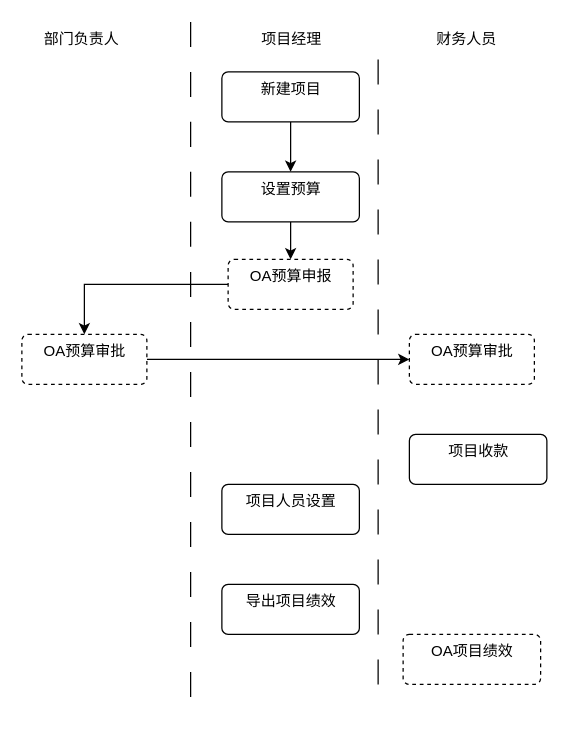
The draw.io diagram page "Page-1" (1 of 5) of shrine-doc/项目绩效总体流程.drawio in easefulfil/CLOUDCARE, before the edit. Source tidied: cells renumbered, new cells numbered last; positions are measured from the earlier drawing's top-left corner, leaving out a move shared by most shapes. Both pictures are drawn from the tidied source at 125%, with x=0, y=0 at pixel (21, 21).
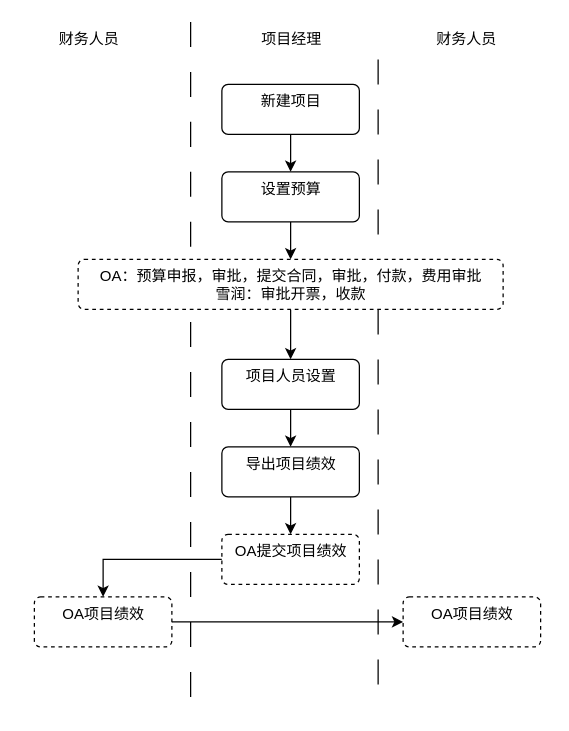
After the change.

The change refers to these unchanged cells:
```xml
<mxCell id="10" value="设置预算" style="html=1;align=center;verticalAlign=top;rounded=1;absoluteArcSize=1;arcSize=10;dashed=0;" parent="1" vertex="1">
  <mxGeometry x="160" y="120" width="110" height="40" as="geometry" />
</mxCell>
```

Change to the diagram source:
```diff
@@
-    <mxCell id="3" value="部门负责人" style="text;align=right;" parent="1" vertex="1">
+    <mxCell id="3" value="财务人员" style="text;align=right;" parent="1" vertex="1">
       <mxGeometry x="20" width="60" height="20" as="geometry" />
     </mxCell>
@@
     <mxCell id="8" value="新建项目" style="html=1;align=center;verticalAlign=top;rounded=1;absoluteArcSize=1;arcSize=10;dashed=0;" parent="1" vertex="1">
-      <mxGeometry x="160" y="40" width="110" height="40" as="geometry" />
+      <mxGeometry x="160" y="50" width="110" height="40" as="geometry" />
     </mxCell>
-    <mxCell id="9" style="edgeStyle=orthogonalEdgeStyle;rounded=0;jettySize=auto;html=1;" parent="1" edge="1" source="10" target="12">
-      <mxGeometry relative="1" as="geometry" />
+    <mxCell id="9" style="edgeStyle=orthogonalEdgeStyle;rounded=0;jettySize=auto;html=1;" parent="1" edge="1" source="10">
+      <mxGeometry relative="1" as="geometry">
+        <mxPoint x="215" y="190" as="targetPoint" />
+      </mxGeometry>
     </mxCell>
@@
-    <mxCell id="11" style="edgeStyle=orthogonalEdgeStyle;rounded=0;jettySize=auto;html=1;entryX=0.5;entryY=0;entryDx=0;entryDy=0;" parent="1" edge="1" source="12" target="15">
-      <mxGeometry relative="1" as="geometry" />
-    </mxCell>
-    <mxCell id="12" value="OA预算申报" style="html=1;align=center;verticalAlign=top;rounded=1;absoluteArcSize=1;arcSize=10;dashed=1;" parent="1" vertex="1">
-      <mxGeometry x="165" y="190" width="100" height="40" as="geometry" />
-    </mxCell>
-    <mxCell id="13" value="OA预算审批" style="html=1;align=center;verticalAlign=top;rounded=1;absoluteArcSize=1;arcSize=10;dashed=1;" parent="1" vertex="1">
-      <mxGeometry x="310" y="250" width="100" height="40" as="geometry" />
-    </mxCell>
-    <mxCell id="14" style="edgeStyle=orthogonalEdgeStyle;rounded=0;jettySize=auto;html=1;" parent="1" edge="1" source="15" target="13">
-      <mxGeometry relative="1" as="geometry" />
-    </mxCell>
-    <mxCell id="15" value="OA预算审批" style="html=1;align=center;verticalAlign=top;rounded=1;absoluteArcSize=1;arcSize=10;dashed=1;" parent="1" vertex="1">
-      <mxGeometry y="250" width="100" height="40" as="geometry" />
-    </mxCell>
-    <mxCell id="16" value="项目收款" style="html=1;align=center;verticalAlign=top;rounded=1;absoluteArcSize=1;arcSize=10;dashed=0;" parent="1" vertex="1">
-      <mxGeometry x="310" y="330" width="110" height="40" as="geometry" />
-    </mxCell>
+    <mxCell id="20" style="edgeStyle=orthogonalEdgeStyle;rounded=0;jettySize=auto;html=1;" parent="1" edge="1" source="17" target="18">
+      <mxGeometry relative="1" as="geometry" />
+    </mxCell>
     <mxCell id="17" value="项目人员设置" style="html=1;align=center;verticalAlign=top;rounded=1;absoluteArcSize=1;arcSize=10;dashed=0;" parent="1" vertex="1">
-      <mxGeometry x="160" y="370" width="110" height="40" as="geometry" />
+      <mxGeometry x="160" y="270" width="110" height="40" as="geometry" />
     </mxCell>
+    <mxCell id="21" style="edgeStyle=orthogonalEdgeStyle;rounded=0;jettySize=auto;html=1;" parent="1" edge="1" source="18" target="25">
+      <mxGeometry relative="1" as="geometry" />
+    </mxCell>
     <mxCell id="18" value="导出项目绩效" style="html=1;align=center;verticalAlign=top;rounded=1;absoluteArcSize=1;arcSize=10;dashed=0;" parent="1" vertex="1">
-      <mxGeometry x="160" y="450" width="110" height="40" as="geometry" />
+      <mxGeometry x="160" y="340" width="110" height="40" as="geometry" />
     </mxCell>
     <mxCell id="19" value="OA项目绩效" style="html=1;align=center;verticalAlign=top;rounded=1;absoluteArcSize=1;arcSize=10;dashed=1;" parent="1" vertex="1">
-      <mxGeometry x="305" y="490" width="110" height="40" as="geometry" />
+      <mxGeometry x="305" y="460" width="110" height="40" as="geometry" />
     </mxCell>
+    <mxCell id="22" style="edgeStyle=orthogonalEdgeStyle;rounded=0;jettySize=auto;html=1;" parent="1" edge="1" source="23">
+      <mxGeometry relative="1" as="geometry">
+        <mxPoint x="215" y="270" as="targetPoint" />
+      </mxGeometry>
+    </mxCell>
+    <mxCell id="23" value="OA：预算申报，审批，提交合同，审批，付款，费用审批&lt;br&gt;雪润：审批开票，收款" style="html=1;align=center;verticalAlign=top;rounded=1;absoluteArcSize=1;arcSize=10;dashed=1;" parent="1" vertex="1">
+      <mxGeometry x="45" y="190" width="340" height="40" as="geometry" />
+    </mxCell>
+    <mxCell id="24" style="edgeStyle=orthogonalEdgeStyle;rounded=0;jettySize=auto;html=1;" parent="1" edge="1" source="25" target="27">
+      <mxGeometry relative="1" as="geometry" />
+    </mxCell>
+    <mxCell id="25" value="OA提交项目绩效" style="html=1;align=center;verticalAlign=top;rounded=1;absoluteArcSize=1;arcSize=10;dashed=1;" parent="1" vertex="1">
+      <mxGeometry x="160" y="410" width="110" height="40" as="geometry" />
+    </mxCell>
+    <mxCell id="26" style="edgeStyle=orthogonalEdgeStyle;rounded=0;jettySize=auto;html=1;" parent="1" edge="1" source="27" target="19">
+      <mxGeometry relative="1" as="geometry" />
+    </mxCell>
+    <mxCell id="27" value="OA项目绩效" style="html=1;align=center;verticalAlign=top;rounded=1;absoluteArcSize=1;arcSize=10;dashed=1;" parent="1" vertex="1">
+      <mxGeometry x="10" y="460" width="110" height="40" as="geometry" />
+    </mxCell>
```
